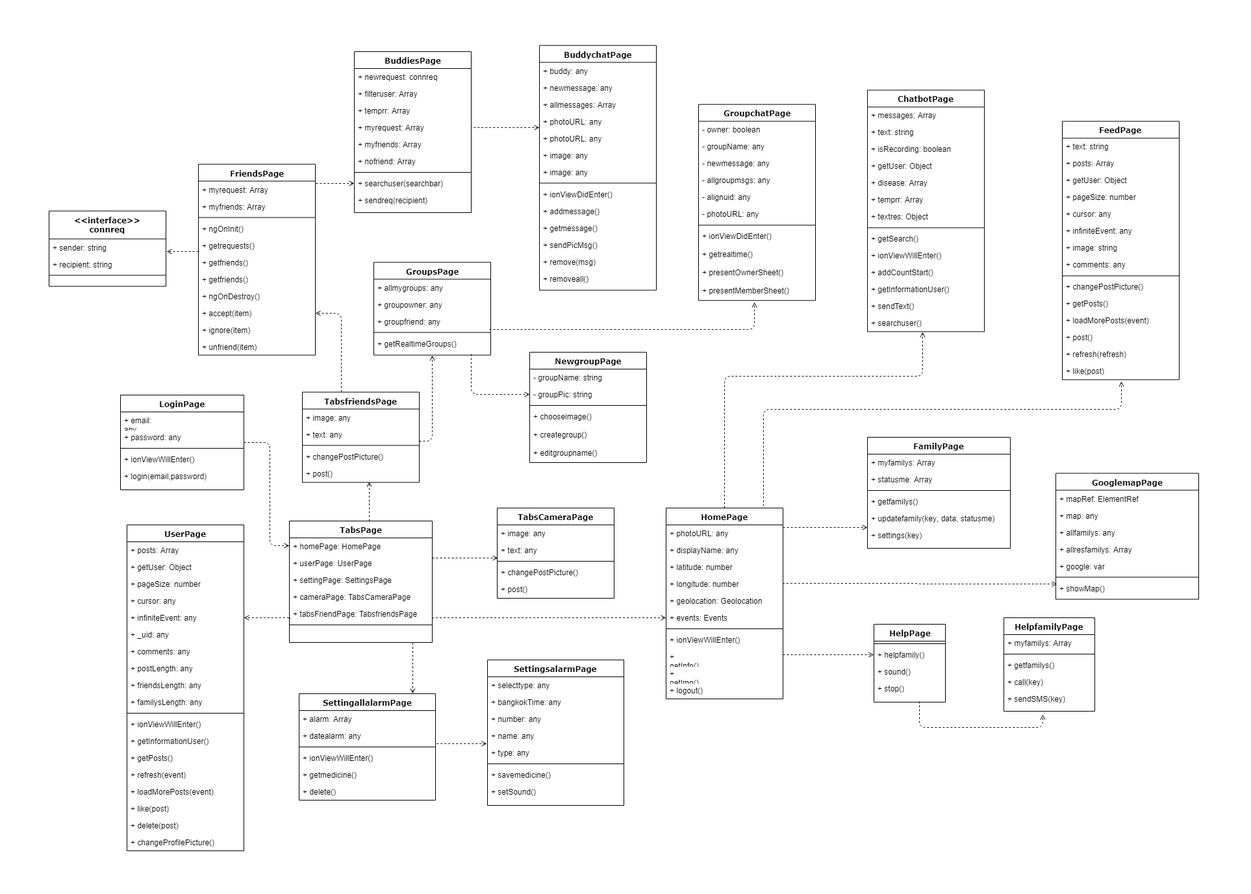
The draw.io diagram Document/Latex/Figures/3/Class/classdiagrams.png in Inwfour/Latex, before a commit. Source tidied: cells renumbered, new cells last; positions are measured from the earlier drawing's top-left corner, leaving out a move shared by most shapes.
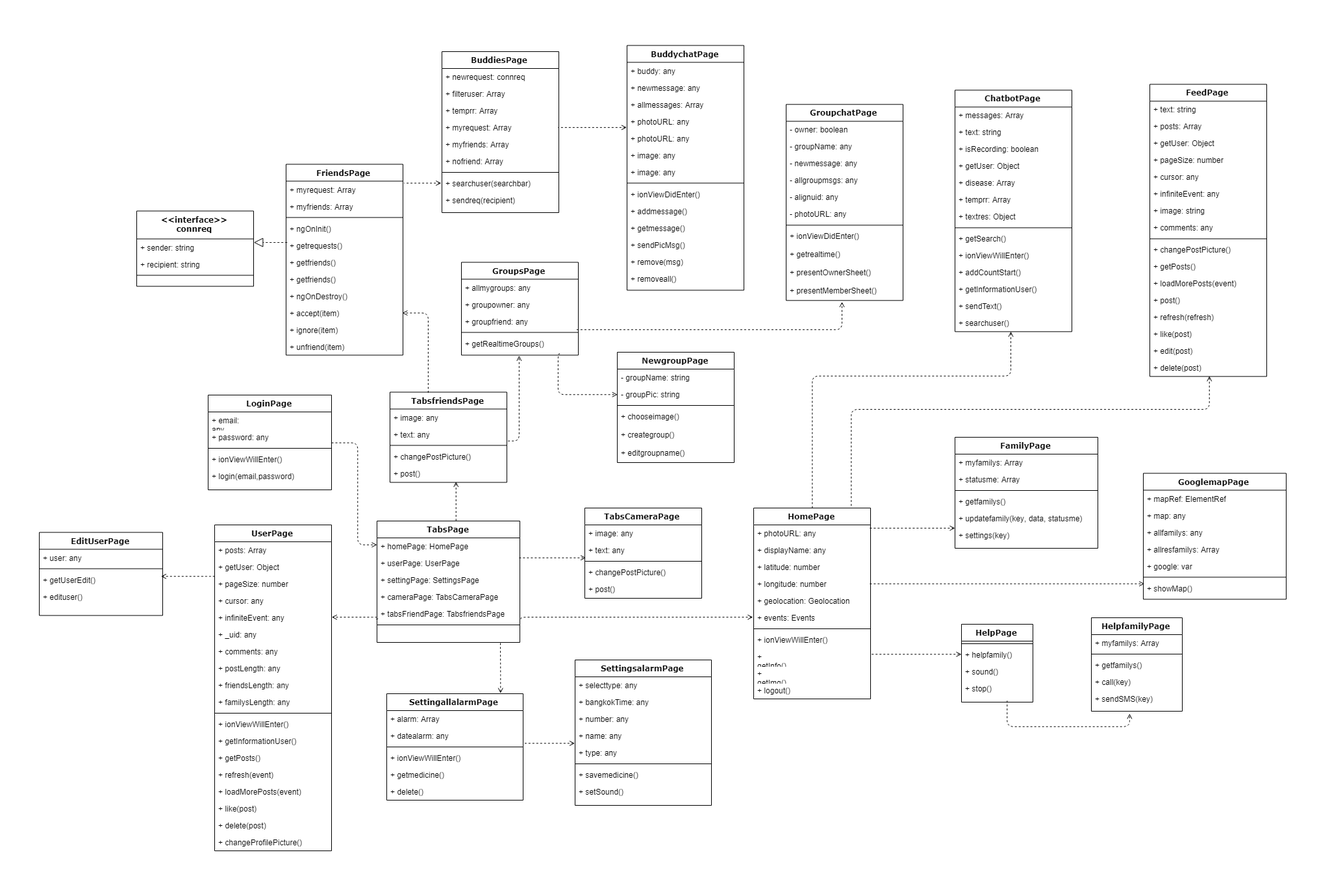
Above is the later version.

What changed in the source:
```diff
@@ -3,7 +3,7 @@
     <mxCell id="0" />
     <mxCell id="1" parent="0" />
     <mxCell id="2" style="rounded=0;whiteSpace=wrap;html=1;shadow=0;comic=0;startSize=26;strokeWidth=1;fillColor=#ffffff;fontFamily=Verdana;strokeColor=none;" parent="1" vertex="1">
-      <mxGeometry width="1925" height="1376" as="geometry" />
+      <mxGeometry x="-135" width="2030" height="1376" as="geometry" />
     </mxCell>
     <mxCell id="3" value="&lt;div&gt;&lt;span&gt;LoginPage&lt;/span&gt;&lt;/div&gt;" style="swimlane;html=1;fontStyle=1;align=center;verticalAlign=top;horizontal=1;startSize=26;swimlaneFillColor=#ffffff;rounded=0;shadow=0;comic=0;labelBackgroundColor=none;strokeColor=#000000;strokeWidth=1;fillColor=none;fontFamily=Verdana;fontSize=12;fontColor=#000000;" parent="1" vertex="1">
       <mxGeometry x="185" y="608" width="190" height="146" as="geometry" />
@@ -468,7 +468,7 @@
       <mxGeometry y="346" width="180" height="26" as="geometry" />
     </mxCell>
     <mxCell id="157" value="&lt;div&gt;&lt;span&gt;FeedPage&lt;/span&gt;&lt;/div&gt;" style="swimlane;html=1;fontStyle=1;align=center;verticalAlign=top;horizontal=1;startSize=26;swimlaneFillColor=#ffffff;rounded=0;shadow=0;comic=0;labelBackgroundColor=none;strokeColor=#000000;strokeWidth=1;fillColor=none;fontFamily=Verdana;fontSize=12;fontColor=#000000;" parent="1" vertex="1">
-      <mxGeometry x="1635" y="186.4" width="180" height="398" as="geometry" />
+      <mxGeometry x="1635" y="129.4" width="180" height="450" as="geometry" />
     </mxCell>
     <mxCell id="158" value="+&amp;nbsp;&lt;span&gt;text&lt;/span&gt;&lt;span&gt;: string&lt;/span&gt;&lt;br&gt;" style="text;html=1;strokeColor=none;fillColor=none;align=left;verticalAlign=top;spacingLeft=4;spacingRight=4;whiteSpace=wrap;overflow=hidden;" parent="157" vertex="1">
       <mxGeometry y="26" width="180" height="26" as="geometry" />
@@ -515,6 +515,12 @@
     <mxCell id="172" value="+&amp;nbsp;&lt;span&gt;like&lt;/span&gt;&lt;span&gt;(post)&lt;/span&gt;&lt;br&gt;" style="text;html=1;strokeColor=none;fillColor=none;align=left;verticalAlign=top;spacingLeft=4;spacingRight=4;whiteSpace=wrap;overflow=hidden;points=[[0,0.5],[1,0.5]];portConstraint=eastwest;" parent="157" vertex="1">
       <mxGeometry y="372" width="180" height="26" as="geometry" />
     </mxCell>
+    <mxCell id="219" value="+&amp;nbsp;&lt;span&gt;edit&lt;/span&gt;&lt;span&gt;(post)&lt;/span&gt;&lt;br&gt;" style="text;html=1;strokeColor=none;fillColor=none;align=left;verticalAlign=top;spacingLeft=4;spacingRight=4;whiteSpace=wrap;overflow=hidden;" parent="157" vertex="1">
+      <mxGeometry y="398" width="180" height="26" as="geometry" />
+    </mxCell>
+    <mxCell id="220" value="+&amp;nbsp;&lt;span&gt;delete&lt;/span&gt;&lt;span&gt;(post)&lt;/span&gt;&lt;br&gt;" style="text;html=1;strokeColor=none;fillColor=none;align=left;verticalAlign=top;spacingLeft=4;spacingRight=4;whiteSpace=wrap;overflow=hidden;" parent="157" vertex="1">
+      <mxGeometry y="424" width="180" height="26" as="geometry" />
+    </mxCell>
     <mxCell id="173" value="&lt;div&gt;&lt;span&gt;FamilyPage&lt;/span&gt;&lt;/div&gt;" style="swimlane;html=1;fontStyle=1;align=center;verticalAlign=top;horizontal=1;startSize=26;swimlaneFillColor=#ffffff;rounded=0;shadow=0;comic=0;labelBackgroundColor=none;strokeColor=#000000;strokeWidth=1;fillColor=none;fontFamily=Verdana;fontSize=12;fontColor=#000000;" parent="1" vertex="1">
       <mxGeometry x="1335" y="673" width="220" height="171" as="geometry" />
     </mxCell>
@@ -670,9 +676,6 @@
         </Array>
       </mxGeometry>
     </mxCell>
-    <mxCell id="209" style="endArrow=open;dashed=1;html=1;fontFamily=Verdana;endFill=0;edgeStyle=orthogonalEdgeStyle;entryX=1.006;entryY=0.746;entryDx=0;entryDy=0;entryPerimeter=0;exitX=0;exitY=0.862;exitDx=0;exitDy=0;exitPerimeter=0;" parent="1" edge="1" source="81" target="127">
-      <mxGeometry relative="1" as="geometry" />
-    </mxCell>
     <mxCell id="210" style="endArrow=none;dashed=1;html=1;fontFamily=Verdana;endFill=0;edgeStyle=orthogonalEdgeStyle;entryX=1.002;entryY=0.126;entryDx=0;entryDy=0;entryPerimeter=0;exitX=0;exitY=0.5;exitDx=0;exitDy=0;startArrow=open;startFill=0;" parent="1" edge="1" source="117" target="77">
       <mxGeometry relative="1" as="geometry">
         <Array as="points">
@@ -731,14 +734,43 @@
         </Array>
       </mxGeometry>
     </mxCell>
-    <mxCell id="218" style="endArrow=open;dashed=1;html=1;fontFamily=Verdana;endFill=0;edgeStyle=orthogonalEdgeStyle;entryX=0.506;entryY=1.083;entryDx=0;entryDy=0;entryPerimeter=0;" parent="1" edge="1" target="172">
+    <mxCell id="218" style="endArrow=open;dashed=1;html=1;fontFamily=Verdana;endFill=0;edgeStyle=orthogonalEdgeStyle;" parent="1" edge="1">
       <mxGeometry relative="1" as="geometry">
         <mxPoint x="1175" y="779" as="sourcePoint" />
+        <mxPoint x="1726" y="580" as="targetPoint" />
         <Array as="points">
           <mxPoint x="1175" y="630" />
           <mxPoint x="1726" y="630" />
         </Array>
       </mxGeometry>
     </mxCell>
+    <mxCell id="209" style="endArrow=block;dashed=1;endFill=0;endSize=12;html=1;entryX=1.007;entryY=0.255;entryDx=0;entryDy=0;entryPerimeter=0;exitX=0.006;exitY=0.341;exitDx=0;exitDy=0;exitPerimeter=0;" parent="1" edge="1" source="81" target="127">
+      <mxGeometry relative="1" as="geometry" />
+    </mxCell>
+    <mxCell id="221" value="&lt;div&gt;&lt;span&gt;EditUserPage&lt;/span&gt;&lt;/div&gt;" style="swimlane;html=1;fontStyle=1;align=center;verticalAlign=top;horizontal=1;startSize=26;swimlaneFillColor=#ffffff;rounded=0;shadow=0;comic=0;labelBackgroundColor=none;strokeColor=#000000;strokeWidth=1;fillColor=none;fontFamily=Verdana;fontSize=12;fontColor=#000000;" parent="1" vertex="1">
+      <mxGeometry x="-75" y="819.5" width="190" height="128" as="geometry" />
+    </mxCell>
+    <mxCell id="222" value="+ user: any" style="text;html=1;strokeColor=none;fillColor=none;align=left;verticalAlign=top;spacingLeft=4;spacingRight=4;whiteSpace=wrap;overflow=hidden;" parent="221" vertex="1">
+      <mxGeometry y="26" width="190" height="26" as="geometry" />
+    </mxCell>
+    <mxCell id="223" style="line;html=1;strokeWidth=1;fillColor=none;align=left;verticalAlign=middle;spacingTop=-1;spacingLeft=3;spacingRight=3;labelPosition=right;" parent="221" vertex="1">
+      <mxGeometry y="52" width="190" height="8" as="geometry" />
+    </mxCell>
+    <mxCell id="224" value="+&amp;nbsp;&lt;span&gt;getUserEdit&lt;/span&gt;&lt;span&gt;()&lt;/span&gt;&lt;br&gt;" style="text;html=1;strokeColor=none;fillColor=none;align=left;verticalAlign=top;spacingLeft=4;spacingRight=4;whiteSpace=wrap;overflow=hidden;" parent="221" vertex="1">
+      <mxGeometry y="60" width="190" height="26" as="geometry" />
+    </mxCell>
+    <mxCell id="225" value="+ edituser()" style="text;html=1;strokeColor=none;fillColor=none;align=left;verticalAlign=top;spacingLeft=4;spacingRight=4;whiteSpace=wrap;overflow=hidden;" parent="221" vertex="1">
+      <mxGeometry y="86" width="190" height="26" as="geometry" />
+    </mxCell>
+    <mxCell id="226" style="endArrow=open;dashed=1;html=1;fontFamily=Verdana;endFill=0;edgeStyle=orthogonalEdgeStyle;entryX=1;entryY=0.5;entryDx=0;entryDy=0;exitX=-0.001;exitY=0.052;exitDx=0;exitDy=0;exitPerimeter=0;" parent="1" edge="1" source="31">
+      <mxGeometry relative="1" as="geometry">
+        <mxPoint x="112.6" y="887.4" as="targetPoint" />
+        <Array as="points">
+          <mxPoint x="195" y="888" />
+          <mxPoint x="184" y="888" />
+          <mxPoint x="184" y="887" />
+        </Array>
+      </mxGeometry>
+    </mxCell>
   </root>
 </mxGraphModel>
```
